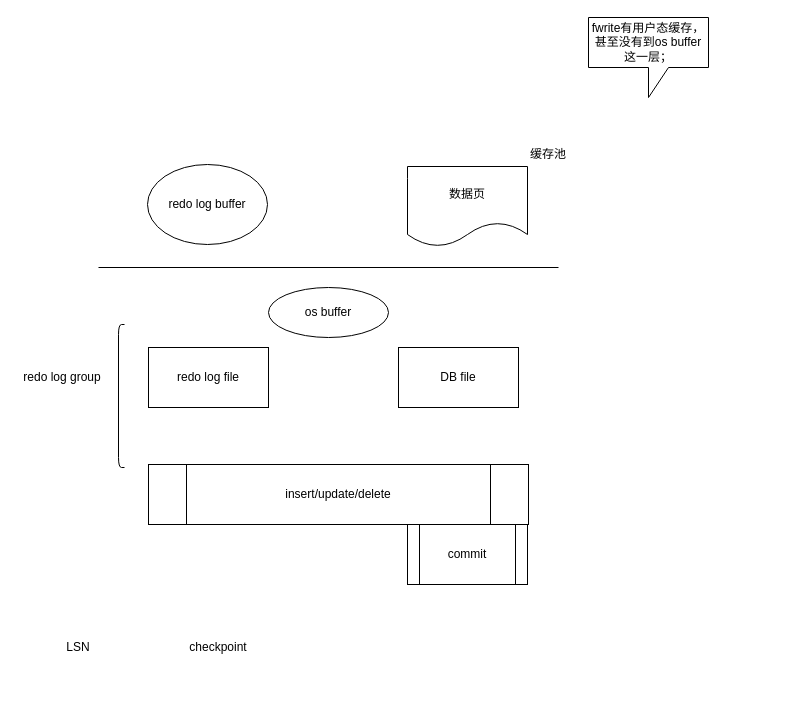
This is page "write" (2 of 3) of graph/test.drawio from hthappiness/codebase, a draw.io file, before an edit. Source tidied: cells renumbered, new cells numbered last; positions are measured from the earlier drawing's top-left corner, leaving out a move shared by most shapes. Both pictures are drawn from the tidied source at 100%, with x=0, y=0 at pixel (17, 17).
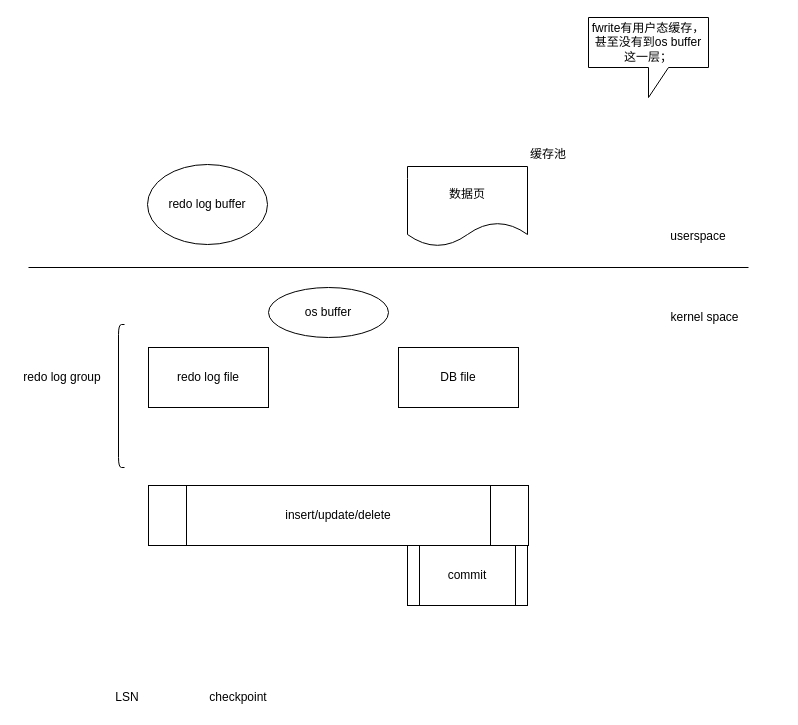
Above is the later version.

Diff of the diagram source:
```diff
@@
 <mxGraphModel>
   <root>
     <mxCell id="0" />
     <mxCell id="1" parent="0" />
     <mxCell id="2" style="endArrow=none;html=1;" parent="1" edge="1">
       <mxGeometry relative="1" as="geometry">
-        <mxPoint x="81" y="250" as="sourcePoint" />
-        <mxPoint x="541" y="250" as="targetPoint" />
+        <mxPoint x="11" y="250" as="sourcePoint" />
+        <mxPoint x="731" y="250" as="targetPoint" />
       </mxGeometry>
     </mxCell>
     <mxCell id="3" value="redo log buffer" style="ellipse;whiteSpace=wrap;html=1;" parent="1" vertex="1">
       <mxGeometry x="130" y="147" width="120" height="80" as="geometry" />
     </mxCell>
     <mxCell id="4" value="redo log file" style="rounded=0;whiteSpace=wrap;html=1;" parent="1" vertex="1">
       <mxGeometry x="131" y="330" width="120" height="60" as="geometry" />
     </mxCell>
     <mxCell id="5" value="数据页" style="shape=document;whiteSpace=wrap;html=1;boundedLbl=1;" parent="1" vertex="1">
       <mxGeometry x="390" y="149" width="120" height="80" as="geometry" />
     </mxCell>
     <mxCell id="6" value="DB file" style="rounded=0;whiteSpace=wrap;html=1;" parent="1" vertex="1">
       <mxGeometry x="381" y="330" width="120" height="60" as="geometry" />
     </mxCell>
     <mxCell id="7" value="缓存池" style="text;html=1;strokeColor=none;fillColor=none;align=center;verticalAlign=middle;whiteSpace=wrap;rounded=0;" parent="1" vertex="1">
       <mxGeometry x="491" y="127" width="80" height="20" as="geometry" />
     </mxCell>
     <mxCell id="8" value="commit" style="shape=process;whiteSpace=wrap;html=1;backgroundOutline=1;" parent="1" vertex="1">
-      <mxGeometry x="390" y="507" width="120" height="60" as="geometry" />
+      <mxGeometry x="390" y="528" width="120" height="60" as="geometry" />
     </mxCell>
     <mxCell id="9" value="insert/update/delete" style="shape=process;whiteSpace=wrap;html=1;backgroundOutline=1;" parent="1" vertex="1">
-      <mxGeometry x="131" y="447" width="380" height="60" as="geometry" />
+      <mxGeometry x="131" y="468" width="380" height="60" as="geometry" />
     </mxCell>
     <mxCell id="10" value="os buffer" style="ellipse;whiteSpace=wrap;html=1;" parent="1" vertex="1">
       <mxGeometry x="251" y="270" width="120" height="50" as="geometry" />
     </mxCell>
     <mxCell id="11" value="fwrite有用户态缓存，甚至没有到os buffer这一层；&lt;br&gt;" style="shape=callout;whiteSpace=wrap;html=1;perimeter=calloutPerimeter;" parent="1" vertex="1">
       <mxGeometry x="571" width="120" height="80" as="geometry" />
     </mxCell>
     <mxCell id="12" style="shape=curlyBracket;whiteSpace=wrap;html=1;rounded=1;size=0;" parent="1" vertex="1">
       <mxGeometry x="101" y="307" width="6" height="143" as="geometry" />
     </mxCell>
     <mxCell id="13" value="redo log group" style="text;html=1;strokeColor=none;fillColor=none;align=center;verticalAlign=middle;whiteSpace=wrap;rounded=0;" parent="1" vertex="1">
       <mxGeometry y="350" width="90" height="20" as="geometry" />
     </mxCell>
     <mxCell id="14" value="LSN" style="text;html=1;strokeColor=none;fillColor=none;align=center;verticalAlign=middle;whiteSpace=wrap;rounded=0;" parent="1" vertex="1">
-      <mxGeometry x="41" y="620" width="40" height="20" as="geometry" />
+      <mxGeometry x="90" y="670" width="40" height="20" as="geometry" />
     </mxCell>
     <mxCell id="15" value="checkpoint" style="text;html=1;strokeColor=none;fillColor=none;align=center;verticalAlign=middle;whiteSpace=wrap;rounded=0;" parent="1" vertex="1">
-      <mxGeometry x="151" y="620" width="100" height="20" as="geometry" />
+      <mxGeometry x="171" y="670" width="100" height="20" as="geometry" />
     </mxCell>
+    <mxCell id="16" value="userspace" style="text;html=1;strokeColor=none;fillColor=none;align=center;verticalAlign=middle;whiteSpace=wrap;rounded=0;" parent="1" vertex="1">
+      <mxGeometry x="631" y="209" width="100" height="20" as="geometry" />
+    </mxCell>
+    <mxCell id="17" value="kernel space" style="text;html=1;strokeColor=none;fillColor=none;align=center;verticalAlign=middle;whiteSpace=wrap;rounded=0;" parent="1" vertex="1">
+      <mxGeometry x="611" y="290" width="153" height="20" as="geometry" />
+    </mxCell>
   </root>
 </mxGraphModel>
```
